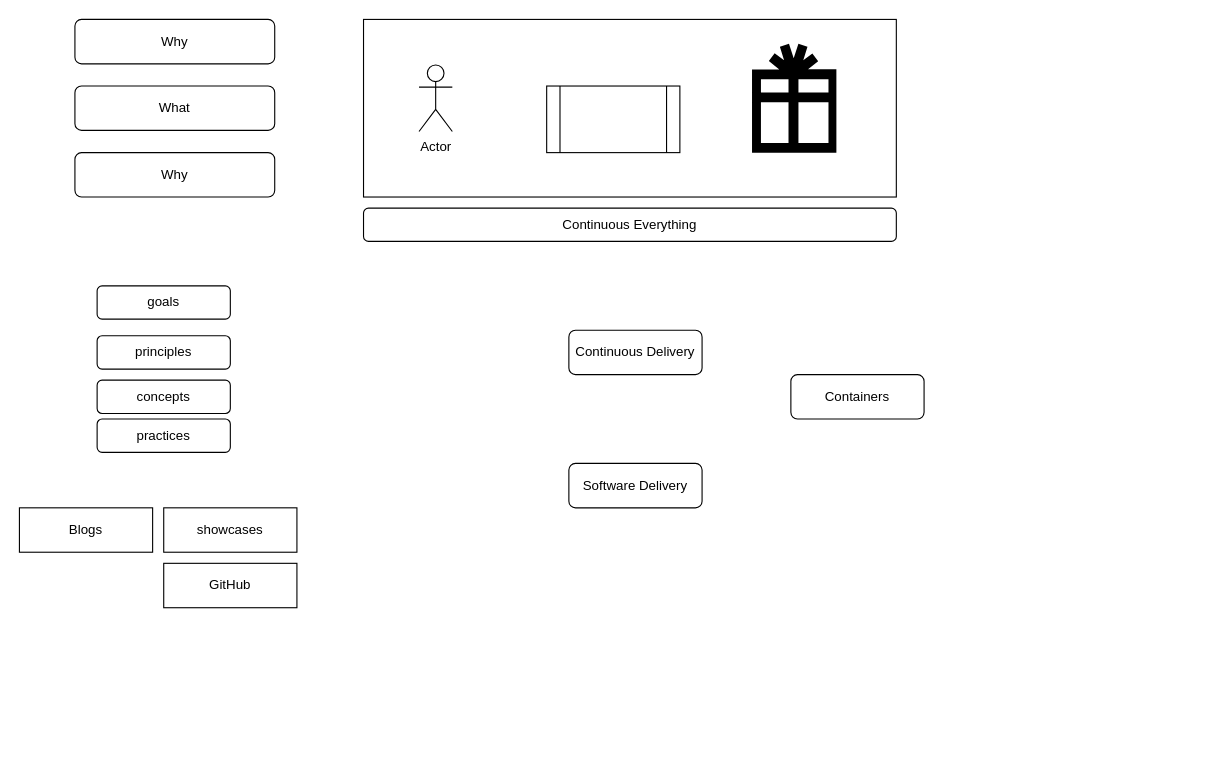
The draw.io diagram MindsetCD.drawio in Sim007/ContinuousDelivery, before the edit. Source tidied: cells renumbered, new cells numbered last; positions are measured from the earlier drawing's top-left corner, leaving out a move shared by most shapes. Both pictures are drawn from the tidied source at 111%, with x=0, y=0 at pixel (19, 19).
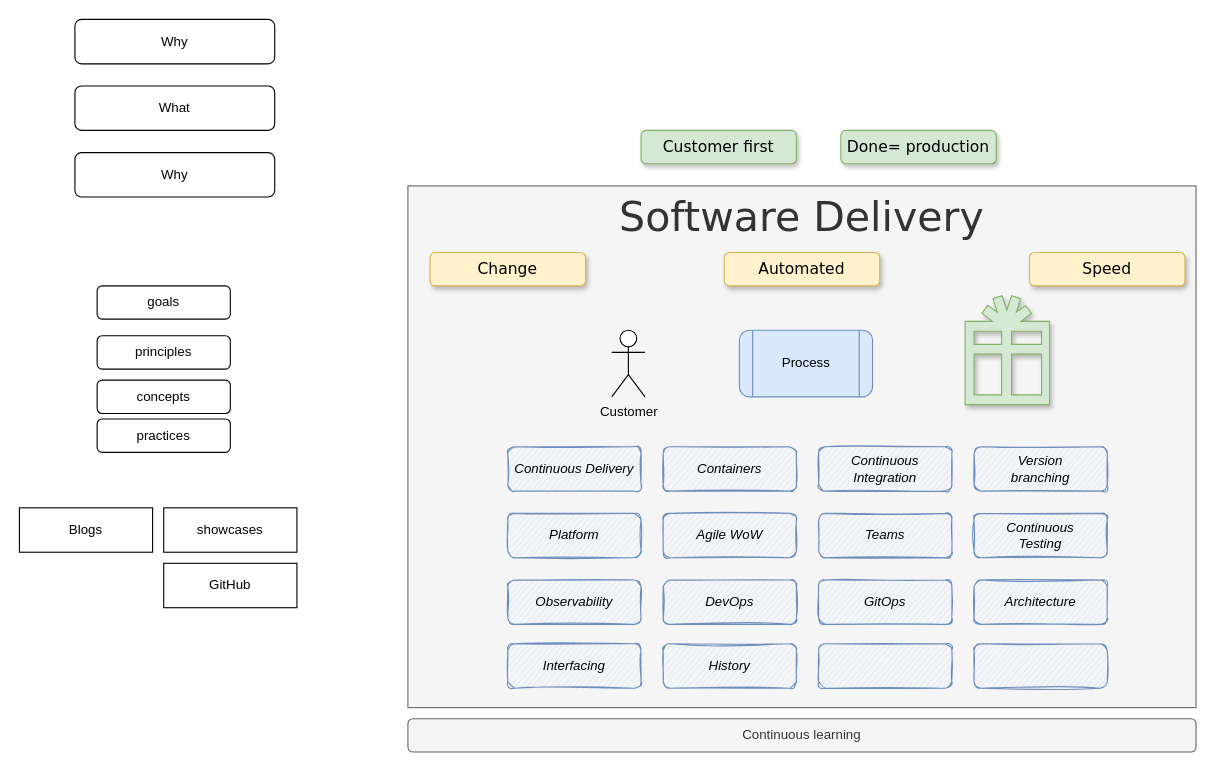
After the change.

What changed in the source:
```diff
@@
-    <mxCell id="2" style="html=1;dashed=0;whitespace=wrap;" parent="1" vertex="1">
-      <mxGeometry x="310" width="480" height="160" as="geometry" />
-    </mxCell>
-    <mxCell id="3" style="shape=mxgraph.signs.travel.present;html=1;fillColor=#000000;strokeColor=none;verticalLabelPosition=bottom;verticalAlign=top;align=center;" parent="1" vertex="1">
-      <mxGeometry x="660" y="22" width="76" height="98" as="geometry" />
-    </mxCell>
+    <mxCell id="10" value="Software Delivery" style="rounded=0;whiteSpace=wrap;html=1;verticalAlign=top;fontSize=37;labelBorderColor=none;fillColor=#f5f5f5;strokeColor=#666666;fontColor=#333333;fontFamily=Verdana;" parent="1" vertex="1">
+      <mxGeometry x="350" y="150" width="710" height="470" as="geometry" />
+    </mxCell>
-    <mxCell id="4" style="shape=process;whiteSpace=wrap;html=1;backgroundOutline=1;" parent="1" vertex="1">
-      <mxGeometry x="475" y="60" width="120" height="60" as="geometry" />
+    <mxCell id="4" value="Process" style="shape=process;whiteSpace=wrap;html=1;backgroundOutline=1;fillColor=#dae8fc;strokeColor=#6c8ebf;rounded=1;" parent="10" vertex="1">
+      <mxGeometry x="298.6" y="130" width="120" height="60" as="geometry" />
     </mxCell>
-    <mxCell id="5" value="Actor" style="shape=umlActor;verticalLabelPosition=bottom;verticalAlign=top;html=1;" parent="1" vertex="1">
-      <mxGeometry x="360" y="41" width="30" height="60" as="geometry" />
+    <mxCell id="5" value="Customer" style="shape=umlActor;verticalLabelPosition=bottom;verticalAlign=top;html=1;" parent="10" vertex="1">
+      <mxGeometry x="183.6" y="130" width="30" height="60" as="geometry" />
     </mxCell>
+    <mxCell id="11" value="Continuous Delivery" style="rounded=1;whiteSpace=wrap;html=1;fontStyle=2;sketch=1;glass=0;fillColor=#dae8fc;strokeColor=#6c8ebf;" parent="10" vertex="1">
+      <mxGeometry x="90" y="235" width="120" height="40" as="geometry" />
+    </mxCell>
+    <mxCell id="17" value="Containers" style="rounded=1;whiteSpace=wrap;html=1;fontStyle=2;sketch=1;glass=0;fillColor=#dae8fc;strokeColor=#6c8ebf;" parent="10" vertex="1">
+      <mxGeometry x="230" y="235" width="120" height="40" as="geometry" />
+    </mxCell>
+    <mxCell id="20" value="Continuous Integration" style="rounded=1;whiteSpace=wrap;html=1;fontStyle=2;sketch=1;glass=0;fillColor=#dae8fc;strokeColor=#6c8ebf;" parent="10" vertex="1">
+      <mxGeometry x="370" y="235" width="120" height="40" as="geometry" />
+    </mxCell>
+    <mxCell id="21" value="Version&lt;br&gt;branching" style="rounded=1;whiteSpace=wrap;html=1;fontStyle=2;sketch=1;glass=0;fillColor=#dae8fc;strokeColor=#6c8ebf;" parent="10" vertex="1">
+      <mxGeometry x="510" y="235" width="120" height="40" as="geometry" />
+    </mxCell>
+    <mxCell id="22" value="Platform" style="rounded=1;whiteSpace=wrap;html=1;fontStyle=2;sketch=1;glass=0;fillColor=#dae8fc;strokeColor=#6c8ebf;" parent="10" vertex="1">
+      <mxGeometry x="90" y="295" width="120" height="40" as="geometry" />
+    </mxCell>
+    <mxCell id="23" value="Agile WoW" style="rounded=1;whiteSpace=wrap;html=1;fontStyle=2;sketch=1;glass=0;fillColor=#dae8fc;strokeColor=#6c8ebf;" parent="10" vertex="1">
+      <mxGeometry x="230" y="295" width="120" height="40" as="geometry" />
+    </mxCell>
+    <mxCell id="24" value="Teams" style="rounded=1;whiteSpace=wrap;html=1;fontStyle=2;sketch=1;glass=0;fillColor=#dae8fc;strokeColor=#6c8ebf;" parent="10" vertex="1">
+      <mxGeometry x="370" y="295" width="120" height="40" as="geometry" />
+    </mxCell>
+    <mxCell id="25" value="Continuous&lt;br&gt;Testing" style="rounded=1;whiteSpace=wrap;html=1;fontStyle=2;sketch=1;glass=0;fillColor=#dae8fc;strokeColor=#6c8ebf;" parent="10" vertex="1">
+      <mxGeometry x="510" y="295" width="120" height="40" as="geometry" />
+    </mxCell>
+    <mxCell id="26" value="Observability" style="rounded=1;whiteSpace=wrap;html=1;fontStyle=2;sketch=1;glass=0;fillColor=#dae8fc;strokeColor=#6c8ebf;" parent="10" vertex="1">
+      <mxGeometry x="90" y="355" width="120" height="40" as="geometry" />
+    </mxCell>
+    <mxCell id="27" value="DevOps" style="rounded=1;whiteSpace=wrap;html=1;fontStyle=2;sketch=1;glass=0;fillColor=#dae8fc;strokeColor=#6c8ebf;" parent="10" vertex="1">
+      <mxGeometry x="230" y="355" width="120" height="40" as="geometry" />
+    </mxCell>
+    <mxCell id="28" value="GitOps" style="rounded=1;whiteSpace=wrap;html=1;fontStyle=2;sketch=1;glass=0;fillColor=#dae8fc;strokeColor=#6c8ebf;" parent="10" vertex="1">
+      <mxGeometry x="370" y="355" width="120" height="40" as="geometry" />
+    </mxCell>
+    <mxCell id="29" value="Architecture" style="rounded=1;whiteSpace=wrap;html=1;fontStyle=2;sketch=1;glass=0;fillColor=#dae8fc;strokeColor=#6c8ebf;" parent="10" vertex="1">
+      <mxGeometry x="510" y="355" width="120" height="40" as="geometry" />
+    </mxCell>
+    <mxCell id="30" value="Interfacing" style="rounded=1;whiteSpace=wrap;html=1;fontStyle=2;sketch=1;glass=0;fillColor=#dae8fc;strokeColor=#6c8ebf;" parent="10" vertex="1">
+      <mxGeometry x="90" y="412.5" width="120" height="40" as="geometry" />
+    </mxCell>
+    <mxCell id="31" value="History" style="rounded=1;whiteSpace=wrap;html=1;fontStyle=2;sketch=1;glass=0;fillColor=#dae8fc;strokeColor=#6c8ebf;" parent="10" vertex="1">
+      <mxGeometry x="230" y="412.5" width="120" height="40" as="geometry" />
+    </mxCell>
+    <mxCell id="32" style="rounded=1;whiteSpace=wrap;html=1;fontStyle=2;sketch=1;glass=0;fillColor=#dae8fc;strokeColor=#6c8ebf;" parent="10" vertex="1">
+      <mxGeometry x="370" y="412.5" width="120" height="40" as="geometry" />
+    </mxCell>
+    <mxCell id="33" style="rounded=1;whiteSpace=wrap;html=1;fontStyle=2;sketch=1;glass=0;fillColor=#dae8fc;strokeColor=#6c8ebf;" parent="10" vertex="1">
+      <mxGeometry x="510" y="412.5" width="120" height="40" as="geometry" />
+    </mxCell>
+    <mxCell id="34" value="Speed" style="rounded=1;whiteSpace=wrap;html=1;shadow=1;glass=0;labelBackgroundColor=none;sketch=0;fontFamily=Verdana;fontSize=14;verticalAlign=top;fillColor=#fff2cc;strokeColor=#d6b656;" parent="10" vertex="1">
+      <mxGeometry x="560" y="60" width="140" height="30" as="geometry" />
+    </mxCell>
+    <mxCell id="35" value="Automated" style="rounded=1;whiteSpace=wrap;html=1;shadow=1;glass=0;labelBackgroundColor=none;sketch=0;fontFamily=Verdana;fontSize=14;verticalAlign=top;fillColor=#fff2cc;strokeColor=#d6b656;" parent="10" vertex="1">
+      <mxGeometry x="285" y="60" width="140" height="30" as="geometry" />
+    </mxCell>
@@
-    <mxCell id="9" value="Continuous Everything" style="rounded=1;whiteSpace=wrap;html=1;" parent="1" vertex="1">
-      <mxGeometry x="310" y="170" width="480" height="30" as="geometry" />
+    <mxCell id="9" value="Continuous learning" style="rounded=1;whiteSpace=wrap;html=1;fillColor=#f5f5f5;strokeColor=#666666;fontColor=#333333;" parent="1" vertex="1">
+      <mxGeometry x="350" y="630" width="710" height="30" as="geometry" />
     </mxCell>
-    <mxCell id="10" value="Software Delivery" style="rounded=1;whiteSpace=wrap;html=1;" parent="1" vertex="1">
-      <mxGeometry x="495" y="400" width="120" height="40" as="geometry" />
-    </mxCell>
-    <mxCell id="11" value="Continuous Delivery" style="rounded=1;whiteSpace=wrap;html=1;" parent="1" vertex="1">
-      <mxGeometry x="495" y="280" width="120" height="40" as="geometry" />
-    </mxCell>
@@
-    <mxCell id="17" value="Containers" style="rounded=1;whiteSpace=wrap;html=1;" parent="1" vertex="1">
-      <mxGeometry x="695" y="320" width="120" height="40" as="geometry" />
-    </mxCell>
@@
+    <mxCell id="36" style="shape=mxgraph.signs.travel.present;html=1;fillColor=#d5e8d4;strokeColor=#82b366;verticalLabelPosition=bottom;verticalAlign=top;align=center;rounded=1;glass=0;labelBackgroundColor=none;sketch=0;fontSize=37;noLabel=1;shadow=1;" parent="1" vertex="1">
+      <mxGeometry x="852" y="249" width="76" height="98" as="geometry" />
+    </mxCell>
+    <mxCell id="37" value="Change" style="rounded=1;whiteSpace=wrap;html=1;shadow=1;glass=0;labelBackgroundColor=none;sketch=0;fontFamily=Verdana;fontSize=14;verticalAlign=top;fillColor=#fff2cc;strokeColor=#d6b656;" parent="1" vertex="1">
+      <mxGeometry x="370" y="210" width="140" height="30" as="geometry" />
+    </mxCell>
+    <mxCell id="38" value="Customer first" style="rounded=1;whiteSpace=wrap;html=1;shadow=1;glass=0;labelBackgroundColor=none;sketch=0;fontFamily=Verdana;fontSize=14;verticalAlign=top;fillColor=#d5e8d4;strokeColor=#82b366;" parent="1" vertex="1">
+      <mxGeometry x="560" y="100" width="140" height="30" as="geometry" />
+    </mxCell>
+    <mxCell id="39" value="Done= production" style="rounded=1;whiteSpace=wrap;html=1;shadow=1;glass=0;labelBackgroundColor=none;sketch=0;fontFamily=Verdana;fontSize=14;verticalAlign=top;fillColor=#d5e8d4;strokeColor=#82b366;" parent="1" vertex="1">
+      <mxGeometry x="740" y="100" width="140" height="30" as="geometry" />
+    </mxCell>
```
